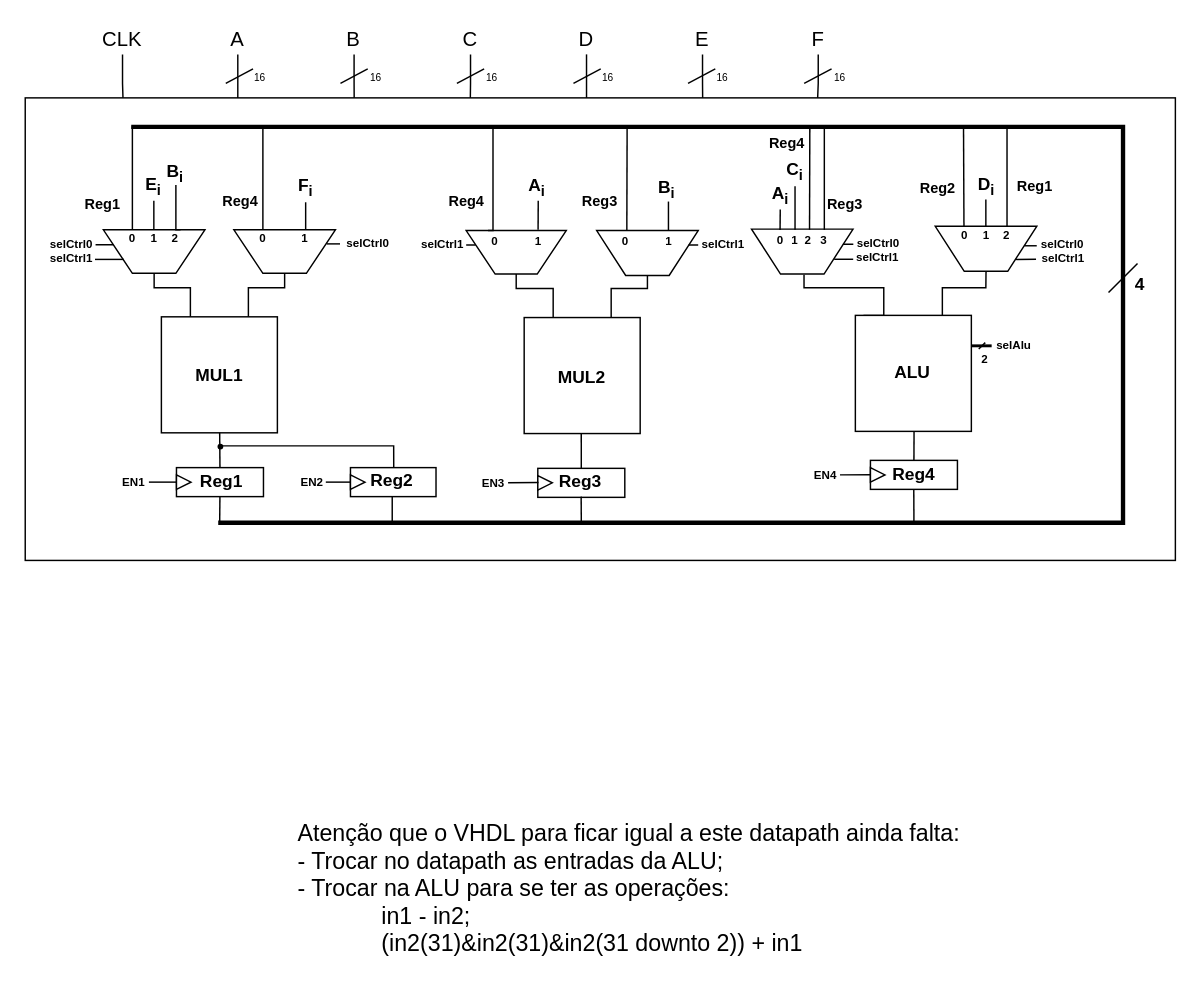
Earlier version of the draw.io diagram datapath.drawio (FranciscoPRosa/NEEC_test). Source tidied: cells renumbered, new cells numbered last; positions are measured from the earlier drawing's top-left corner, leaving out a move shared by most shapes. Both pictures are drawn from the tidied source at 145%, with x=0, y=0 at pixel (25, 25).
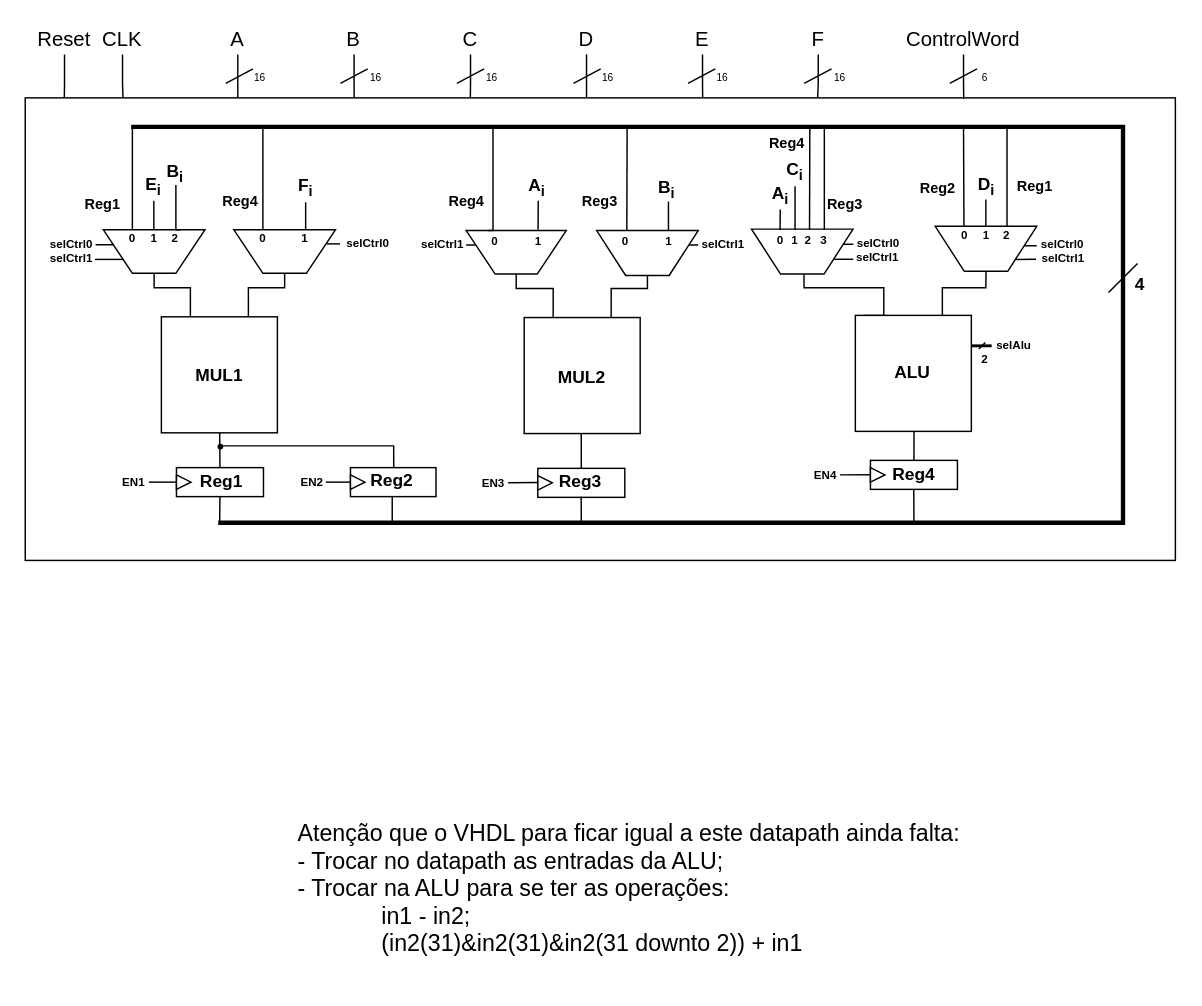
After the change.

The change refers to these unchanged cells:
```xml
<mxCell id="2" style="rounded=0;whiteSpace=wrap;html=1;" parent="1" vertex="1">
  <mxGeometry x="-0.1" y="50" width="793.2" height="319" as="geometry" />
</mxCell>
```

The edit, as a diff of the source:
```diff
@@
+    <mxCell id="151" value="ControlWord" style="text;html=1;align=center;verticalAlign=middle;whiteSpace=wrap;rounded=0;fontSize=14;" parent="1" vertex="1">
+      <mxGeometry x="597" width="100" height="20" as="geometry" />
+    </mxCell>
+    <mxCell id="152" style="edgeStyle=orthogonalEdgeStyle;rounded=0;jettySize=auto;html=1;entryX=0.816;entryY=0.002;entryDx=0;entryDy=0;entryPerimeter=0;endArrow=none;endFill=0;" parent="1" edge="1" source="151" target="2">
+      <mxGeometry relative="1" as="geometry" />
+    </mxCell>
+    <mxCell id="153" style="endArrow=none;html=1;rounded=0;" parent="1" edge="1">
+      <mxGeometry relative="1" as="geometry">
+        <mxPoint x="637.5" y="40" as="sourcePoint" />
+        <mxPoint x="656.3" y="30" as="targetPoint" />
+      </mxGeometry>
+    </mxCell>
+    <mxCell id="154" value="&lt;font style=&quot;font-size: 7px;&quot;&gt;6&lt;/font&gt;" style="text;html=1;align=center;verticalAlign=middle;whiteSpace=wrap;rounded=0;" parent="1" vertex="1">
+      <mxGeometry x="657.2" y="30" width="10" height="10" as="geometry" />
+    </mxCell>
+    <mxCell id="155" value="Reset" style="text;html=1;align=center;verticalAlign=middle;whiteSpace=wrap;rounded=0;fontSize=14;" parent="1" vertex="1">
+      <mxGeometry x="7" width="40" height="20" as="geometry" />
+    </mxCell>
+    <mxCell id="156" style="edgeStyle=orthogonalEdgeStyle;rounded=0;jettySize=auto;html=1;entryX=0.034;entryY=0;entryDx=0;entryDy=0;entryPerimeter=0;endArrow=none;endFill=0;" parent="1" edge="1" source="155" target="2">
+      <mxGeometry relative="1" as="geometry" />
+    </mxCell>
```
